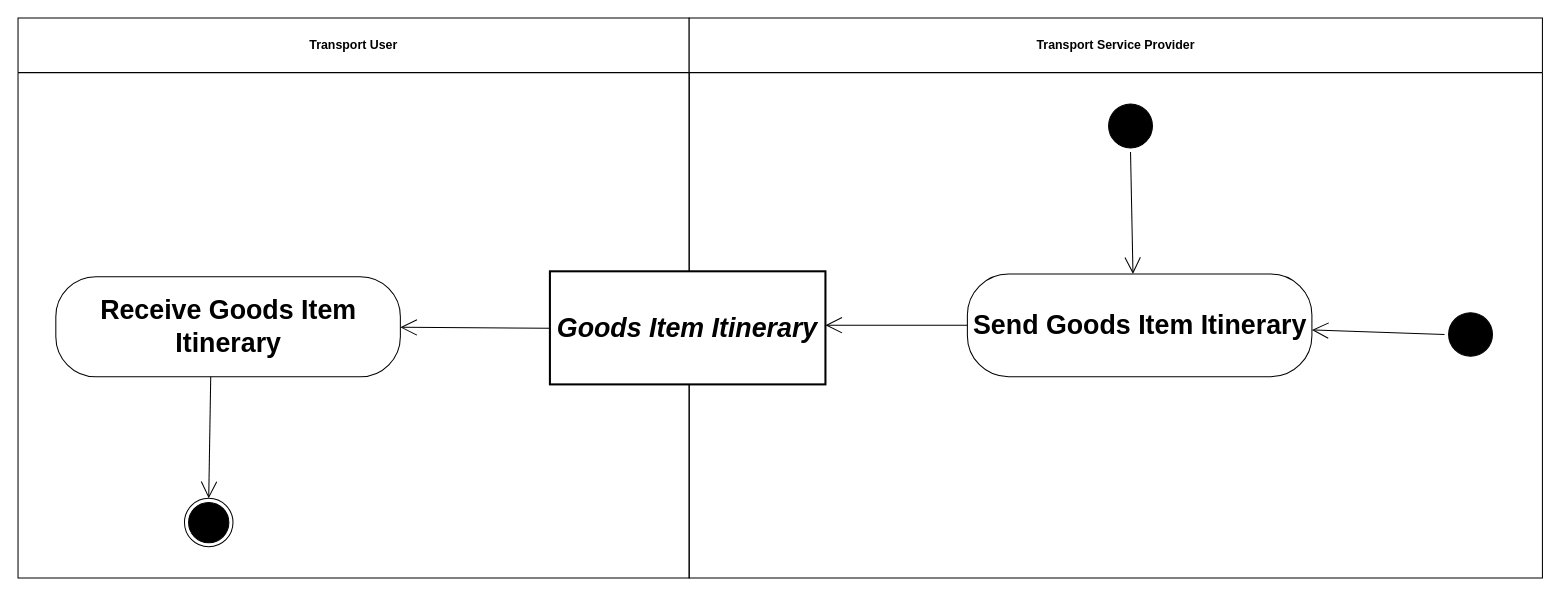
kduvekot/ubl-work-on-svg-images keeps this draw.io diagram as diagrams/UBL-2.2-IMFM-GoodsItemItinerary/UBL-2.2-IMFM-GoodsItemItinerary.drawio. Above is the earlier version. Source tidied: cells renumbered, new cells numbered last; positions are measured from the earlier drawing's top-left corner, leaving out a move shared by most shapes. Both pictures are drawn from the tidied source at 103%, with x=0, y=0 at pixel (18, 18).
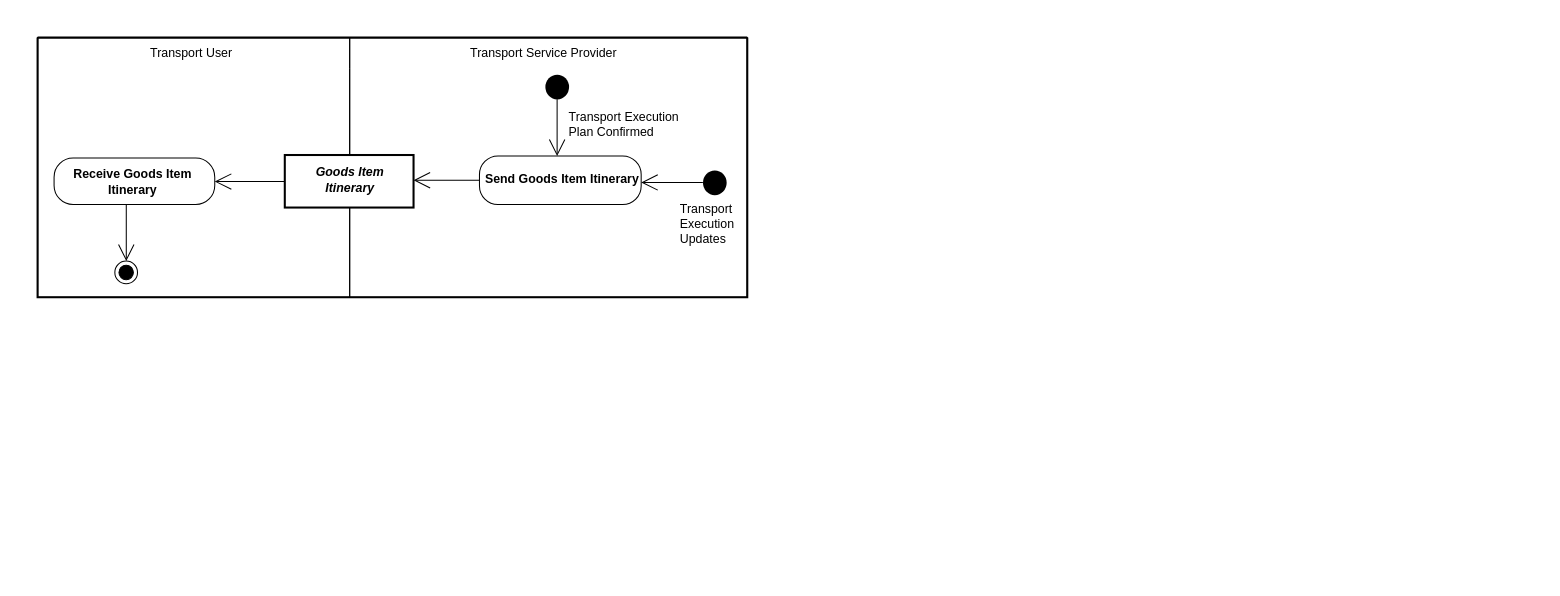
Above is the later version.

Change to the diagram source:
```diff
@@
 <mxGraphModel>
   <root>
     <mxCell id="0" />
     <mxCell id="1" parent="0" />
+    <mxCell id="15" style="swimlane;html=1;startSize=0;whiteSpace=wrap;fillColor=none;strokeWidth=2;" parent="1" vertex="1">
+      <mxGeometry x="19" y="19" width="689" height="252" as="geometry" />
+    </mxCell>
-    <mxCell id="2" value="Transport User" style="swimlane;whiteSpace=wrap;html=1;startSize=53;" parent="1" vertex="1">
-      <mxGeometry width="651.6" height="543.6" as="geometry" />
+    <mxCell id="2" value="Transport User" style="swimlane;horizontal=1;startSize=30;swimlaneLine=0;html=1;fillColor=none;fontSize=12;fontStyle=0;spacing=0;spacingRight=6;" parent="15" vertex="1">
+      <mxGeometry width="303" height="252" as="geometry" />
     </mxCell>
-    <mxCell id="3" value="Transport Service Provider" style="swimlane;whiteSpace=wrap;html=1;startSize=53;" parent="1" vertex="1">
-      <mxGeometry x="651.6" width="828.4" height="543.6" as="geometry" />
+    <mxCell id="3" value="Transport Service Provider" style="swimlane;horizontal=1;startSize=30;swimlaneLine=0;html=1;fillColor=none;fontSize=12;fontStyle=0;spacing=0;spacingRight=11;" parent="15" vertex="1">
+      <mxGeometry x="303" width="386" height="252" as="geometry" />
     </mxCell>
-    <mxCell id="4" style="ellipse;html=1;shape=startState;fillColor=#000000;strokeColor=#000000;fontFamily=Helvetica;fontSize=26;" parent="1" vertex="1">
-      <mxGeometry x="1054.8" y="79.5" width="50.6" height="50.6" as="geometry" />
+    <mxCell id="4" value="Transport Execution&lt;br&gt;Plan Confirmed" style="ellipse;shape=startState;fillColor=#000000;strokeColor=none;html=1;whiteSpace=nowrap;fontSize=12;fontStyle=0;align=left;verticalAlign=middle;spacing=0;spacingLeft=23;spacingTop=71;" parent="3" vertex="1">
+      <mxGeometry x="186" y="32" width="31" height="32" as="geometry" />
     </mxCell>
-    <mxCell id="5" value="Goods Item Itinerary" style="rounded=0;whiteSpace=wrap;html=1;fontStyle=3;strokeWidth=2;fontFamily=Helvetica;fontSize=26;" parent="1" vertex="1">
-      <mxGeometry x="516.4" y="245.9" width="267.5" height="109.8" as="geometry" />
+    <mxCell id="5" value="Goods Item&lt;br&gt;Itinerary" style="rounded=0;html=1;whiteSpace=nowrap;fontSize=12;fontStyle=3;align=center;verticalAlign=middle;spacing=0;spacingLeft=1;spacingBottom=4;strokeWidth=2;" parent="3" vertex="1">
+      <mxGeometry x="-63" y="114" width="125" height="51" as="geometry" />
     </mxCell>
-    <mxCell id="6" value="Send Goods Item Itinerary" style="rounded=1;arcSize=40;whiteSpace=wrap;html=1;fontStyle=1;fontFamily=Helvetica;fontSize=26;" parent="1" vertex="1">
-      <mxGeometry x="921.7" y="248.5" width="334.5" height="99.8" as="geometry" />
+    <mxCell id="6" value="Send Goods Item Itinerary" style="rounded=1;absoluteArcSize=1;arcSize=36;html=1;whiteSpace=nowrap;fontSize=12;fontStyle=1;align=center;verticalAlign=middle;spacing=0;spacingLeft=2;spacingBottom=2;" parent="3" vertex="1">
+      <mxGeometry x="126" y="115" width="157" height="47" as="geometry" />
     </mxCell>
-    <mxCell id="7" value="Receive Goods Item Itinerary" style="rounded=1;arcSize=40;whiteSpace=wrap;html=1;fontStyle=1;fontFamily=Helvetica;fontSize=26;" parent="1" vertex="1">
-      <mxGeometry x="36.7" y="251.1" width="334.5" height="97.2" as="geometry" />
+    <mxCell id="7" value="Receive Goods Item&lt;br&gt;Itinerary" style="rounded=1;absoluteArcSize=1;arcSize=37;html=1;whiteSpace=nowrap;fontSize=12;fontStyle=1;align=center;verticalAlign=middle;spacing=0;spacingRight=4;spacingTop=1;" parent="2" vertex="1">
+      <mxGeometry x="16" y="117" width="156" height="45" as="geometry" />
     </mxCell>
-    <mxCell id="8" style="ellipse;html=1;shape=startState;fillColor=#000000;strokeColor=#000000;fontFamily=Helvetica;fontSize=26;" parent="1" vertex="1">
-      <mxGeometry x="1384.9" y="282.2" width="50.6" height="50.1" as="geometry" />
+    <mxCell id="8" value="Transport&lt;br&gt;Execution&lt;br&gt;Updates" style="ellipse;shape=startState;fillColor=#000000;strokeColor=none;html=1;whiteSpace=nowrap;fontSize=12;fontStyle=0;align=left;verticalAlign=middle;spacing=0;spacingLeft=-22;spacingTop=79;" parent="3" vertex="1">
+      <mxGeometry x="339" y="125" width="31" height="32" as="geometry" />
     </mxCell>
-    <mxCell id="9" style="ellipse;html=1;shape=endState;fillColor=#000000;strokeColor=#000000;fontFamily=Helvetica;fontSize=26;" parent="1" vertex="1">
-      <mxGeometry x="161.6" y="466.3" width="47.1" height="47.1" as="geometry" />
+    <mxCell id="9" style="ellipse;shape=endState;fillColor=#000000;html=1;" parent="2" vertex="1">
+      <mxGeometry x="75" y="217" width="22" height="22" as="geometry" />
     </mxCell>
-    <mxCell id="10" style="edgeStyle=none;rounded=0;html=1;endArrow=open;endFill=0;endSize=14;exitX=0.496;exitY=1.0;entryX=0.4807;entryY=0.0;" parent="1" edge="1" source="4" target="6">
+    <mxCell id="10" style="edgeStyle=none;rounded=0;html=1;endArrow=open;endFill=0;endSize=14;exitPerimeter=0;entryX=0.4802;entryY=0;entryPerimeter=0;exitX=0.496497;exitY=0.8734;" parent="3" edge="1" source="4" target="6">
       <mxGeometry relative="1" as="geometry" />
     </mxCell>
-    <mxCell id="11" style="edgeStyle=none;rounded=0;html=1;endArrow=open;endFill=0;endSize=14;exitX=0.0;exitY=0.498;entryX=1.0;entryY=0.4763;" parent="1" edge="1" source="6" target="5">
+    <mxCell id="11" style="edgeStyle=none;rounded=0;html=1;endArrow=open;endFill=0;endSize=14;exitX=0;exitY=0.5;exitPerimeter=0;entryPerimeter=0;entryX=1;entryY=0.480392;" parent="3" edge="1" source="6" target="5">
       <mxGeometry relative="1" as="geometry" />
     </mxCell>
-    <mxCell id="12" style="edgeStyle=none;rounded=0;html=1;endArrow=open;endFill=0;endSize=14;exitX=0.0;exitY=0.5036;entryX=1.0;entryY=0.5062;" parent="1" edge="1" source="5" target="7">
+    <mxCell id="12" style="edgeStyle=none;rounded=0;html=1;endArrow=open;endFill=0;endSize=14;exitPerimeter=0;entryX=1;entryY=0.5066;entryPerimeter=0;exitX=0;exitY=0.505824;" parent="15" edge="1" source="5" target="7">
       <mxGeometry relative="1" as="geometry" />
     </mxCell>
-    <mxCell id="13" style="edgeStyle=none;rounded=0;html=1;endArrow=open;endFill=0;endSize=14;exitX=0.0;exitY=0.483;entryX=1.0;entryY=0.5451;" parent="1" edge="1" source="8" target="6">
+    <mxCell id="13" style="edgeStyle=none;rounded=0;html=1;endArrow=open;endFill=0;endSize=14;exitPerimeter=0;entryX=1;entryY=0.5451;entryPerimeter=0;exitX=0.1266;exitY=0.488116;" parent="3" edge="1" source="8" target="6">
       <mxGeometry relative="1" as="geometry" />
     </mxCell>
-    <mxCell id="14" style="edgeStyle=none;rounded=0;html=1;endArrow=open;endFill=0;endSize=14;exitX=0.4496;exitY=1.0;entryX=0.5053;entryY=0.0;" parent="1" edge="1" source="7" target="9">
+    <mxCell id="14" style="edgeStyle=none;rounded=0;html=1;endArrow=open;endFill=0;endSize=14;exitPerimeter=0;entryX=0.5045;entryY=0;entryPerimeter=0;exitX=0.449353;exitY=1;" parent="2" edge="1" source="7" target="9">
       <mxGeometry relative="1" as="geometry" />
     </mxCell>
   </root>
 </mxGraphModel>
```
